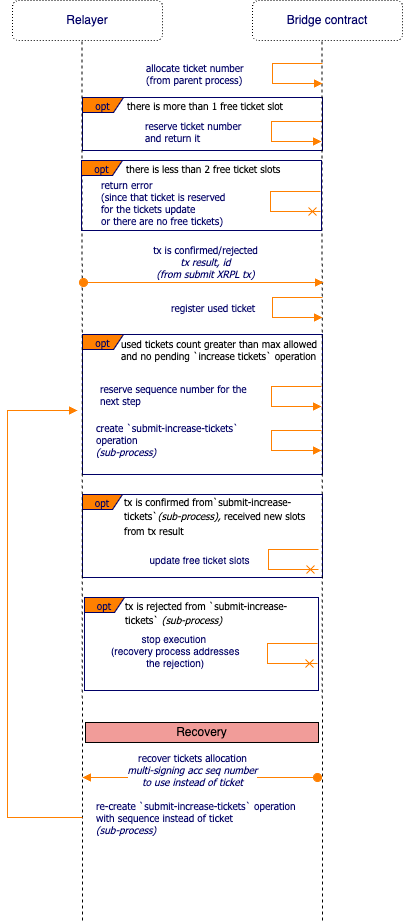
This is spec/img/allocate-ticket.png from CoreumFoundation/coreumbridge-xrpl, a draw.io export, as it was before one commit. Source tidied: cells renumbered, new cells last; positions are measured from the earlier drawing's top-left corner, leaving out a move shared by most shapes.
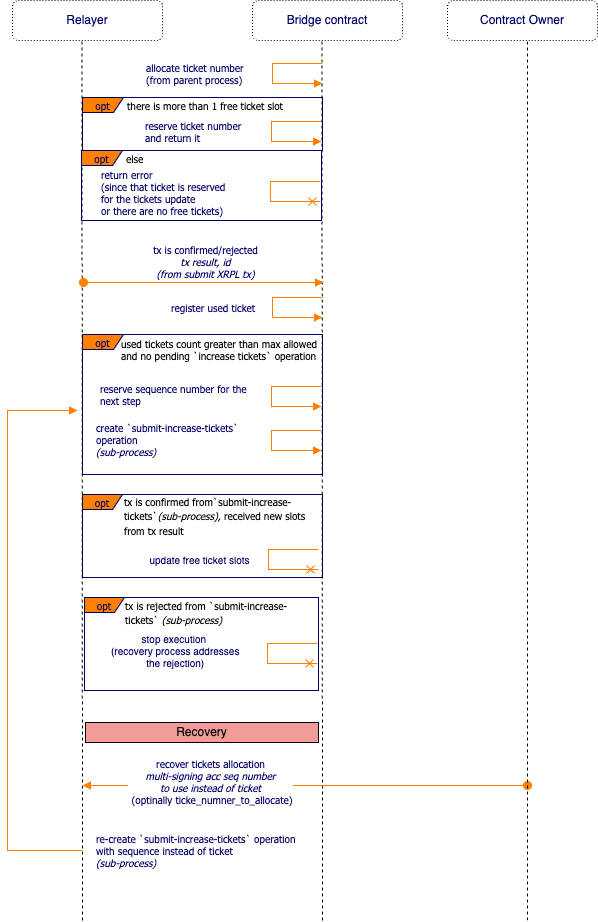
Above is the later version.

Diff of the diagram source:
```diff
@@ -115,42 +115,42 @@
     <mxCell id="22" value="Recovery" style="rounded=0;whiteSpace=wrap;html=1;fillColor=#F19C99;" parent="1" vertex="1">
       <mxGeometry x="78" y="722" width="233" height="20" as="geometry" />
     </mxCell>
-    <mxCell id="23" value="recover tickets allocation &lt;br&gt;&lt;i&gt;multi-signing acc seq number &lt;br&gt;to use instead of ticket&lt;/i&gt;&lt;br style=&quot;border-color: var(--border-color);&quot;&gt;&amp;nbsp;" style="html=1;verticalAlign=bottom;startArrow=oval;startFill=1;endArrow=block;startSize=8;strokeColor=#FF8000;fontFamily=Tahoma;fontSize=10;fontColor=#000066;" parent="1" edge="1">
-      <mxGeometry x="0.06" y="25" relative="1" as="geometry">
-        <mxPoint x="310" y="777" as="sourcePoint" />
-        <mxPoint x="75" y="777" as="targetPoint" />
+    <mxCell id="23" value="recover tickets allocation &lt;br&gt;&lt;i&gt;multi-signing acc seq number &lt;br&gt;to use instead of ticket&lt;/i&gt;&lt;br style=&quot;border-color: var(--border-color);&quot;&gt;&amp;nbsp;(optinally ticke_numner_to_allocate)" style="html=1;verticalAlign=bottom;startArrow=oval;startFill=1;endArrow=block;startSize=8;strokeColor=#FF8000;fontFamily=Tahoma;fontSize=10;fontColor=#000066;" parent="1" edge="1">
+      <mxGeometry x="0.43" y="23" relative="1" as="geometry">
+        <mxPoint x="520" y="785" as="sourcePoint" />
+        <mxPoint x="75" y="785" as="targetPoint" />
       </mxGeometry>
     </mxCell>
     <mxCell id="24" value="&lt;span style=&quot;border-color: var(--border-color); text-align: center;&quot;&gt;re-create `submit-increase-tickets`&amp;nbsp;&lt;span style=&quot;text-align: left;&quot;&gt;operation&lt;br&gt;with sequence instead of ticket&lt;br&gt;&lt;/span&gt;&lt;i style=&quot;border-color: var(--border-color); text-align: left;&quot;&gt;(sub-process)&lt;/i&gt;&lt;br&gt;&lt;/span&gt;" style="edgeStyle=orthogonalEdgeStyle;html=1;align=left;spacingLeft=2;endArrow=block;rounded=0;strokeColor=#FF8000;fontFamily=Tahoma;fontSize=10;fontColor=#000066;endFill=1;" parent="1" edge="1">
-      <mxGeometry x="-1" y="10" relative="1" as="geometry">
-        <mxPoint x="75" y="817" as="sourcePoint" />
+      <mxGeometry x="-1" y="-10" relative="1" as="geometry">
+        <mxPoint x="75" y="850" as="sourcePoint" />
         <mxPoint x="70" y="410" as="targetPoint" />
         <Array as="points">
-          <mxPoint y="817" />
+          <mxPoint x="75" y="850" />
+          <mxPoint y="850" />
           <mxPoint y="410" />
-          <mxPoint x="70" y="410" />
         </Array>
-        <mxPoint x="10" y="-10" as="offset" />
+        <mxPoint x="10" y="10" as="offset" />
       </mxGeometry>
     </mxCell>
     <mxCell id="25" value="there is more than 1 free ticket slot" style="text;html=1;align=left;verticalAlign=top;spacingTop=-4;fontSize=10;fontFamily=Tahoma;fontColor=#000000;" parent="1" vertex="1">
       <mxGeometry x="118" y="97" width="180" height="20" as="geometry" />
     </mxCell>
     <mxCell id="26" value="opt" style="shape=umlFrame;whiteSpace=wrap;html=1;strokeColor=#000066;fillColor=#FF8000;fontFamily=Tahoma;fontSize=10;fontColor=#000066;align=center;width=41;height=15;" parent="1" vertex="1">
-      <mxGeometry x="74" y="160" width="240" height="70" as="geometry" />
+      <mxGeometry x="74" y="150" width="240" height="70" as="geometry" />
     </mxCell>
     <mxCell id="27" value="return error &lt;br&gt;(since that ticket is reserved &lt;br&gt;for the tickets update &lt;br&gt;or there are no free tickets)" style="edgeStyle=orthogonalEdgeStyle;html=1;align=left;spacingLeft=2;endArrow=cross;rounded=0;strokeColor=#FF8000;fontFamily=Tahoma;fontSize=10;fontColor=#000066;endFill=0;" parent="1" edge="1">
       <mxGeometry x="0.02" y="-173" relative="1" as="geometry">
-        <mxPoint x="313" y="191" as="sourcePoint" />
-        <mxPoint x="313" y="211" as="targetPoint" />
+        <mxPoint x="313" y="181" as="sourcePoint" />
+        <mxPoint x="313" y="201" as="targetPoint" />
         <Array as="points">
-          <mxPoint x="263" y="191" />
-          <mxPoint x="263" y="211" />
+          <mxPoint x="263" y="181" />
+          <mxPoint x="263" y="201" />
         </Array>
       </mxGeometry>
     </mxCell>
-    <mxCell id="28" value="there is less than 2 free ticket slots" style="text;html=1;align=left;verticalAlign=top;spacingTop=-4;fontSize=10;fontFamily=Tahoma;fontColor=#000000;" parent="1" vertex="1">
-      <mxGeometry x="117" y="160" width="180" height="20" as="geometry" />
+    <mxCell id="28" value="else" style="text;html=1;align=left;verticalAlign=top;spacingTop=-4;fontSize=10;fontFamily=Tahoma;fontColor=#000000;" parent="1" vertex="1">
+      <mxGeometry x="117" y="150" width="40" height="20" as="geometry" />
     </mxCell>
     <mxCell id="29" value="tx is confirmed/rejected&lt;br&gt;&lt;i&gt;tx result, id&lt;br&gt;(from submit XRPL tx)&lt;br&gt;&lt;/i&gt;" style="html=1;verticalAlign=bottom;startArrow=oval;startFill=1;endArrow=block;startSize=8;strokeColor=#FF8000;fontFamily=Tahoma;fontSize=10;fontColor=#000066;" parent="1" edge="1">
       <mxGeometry x="0.02" relative="1" as="geometry">
@@ -168,5 +168,14 @@
         </Array>
       </mxGeometry>
     </mxCell>
+    <mxCell id="31" style="endArrow=none;dashed=1;html=1;rounded=0;" parent="1" edge="1">
+      <mxGeometry relative="1" as="geometry">
+        <mxPoint x="520" y="920" as="sourcePoint" />
+        <mxPoint x="520" y="40" as="targetPoint" />
+      </mxGeometry>
+    </mxCell>
+    <mxCell id="32" value="Contract Owner" style="rounded=1;whiteSpace=wrap;html=1;fillColor=none;dashed=1;fontColor=#000066;dashPattern=1 2;" parent="1" vertex="1">
+      <mxGeometry x="440" width="150" height="40" as="geometry" />
+    </mxCell>
   </root>
 </mxGraphModel>
```
